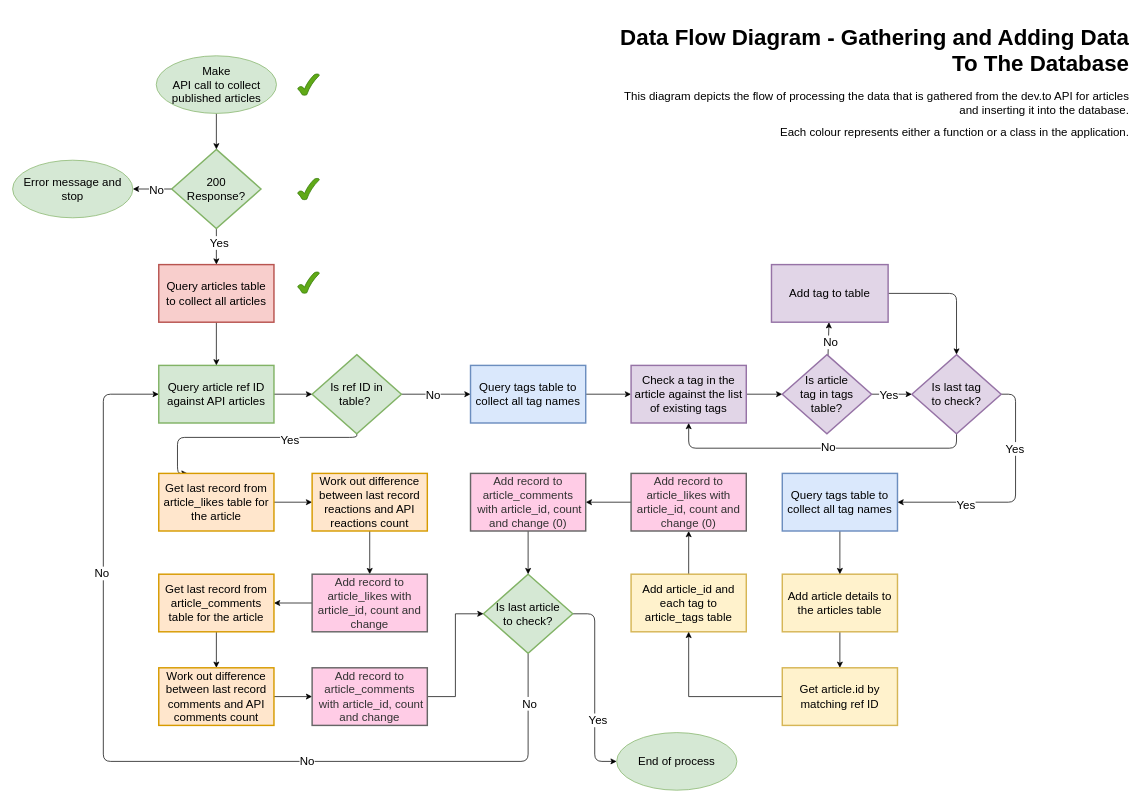
Above: development_docs/004-data-processing-flow.drawio in York13Pud/python-project-dev-to-stats (draw.io), before the change. Source tidied: cells renumbered, new cells numbered last; positions are measured from the earlier drawing's top-left corner, leaving out a move shared by most shapes. Both pictures are drawn from the tidied source at 72%, with x=0, y=0 at pixel (12, 19).
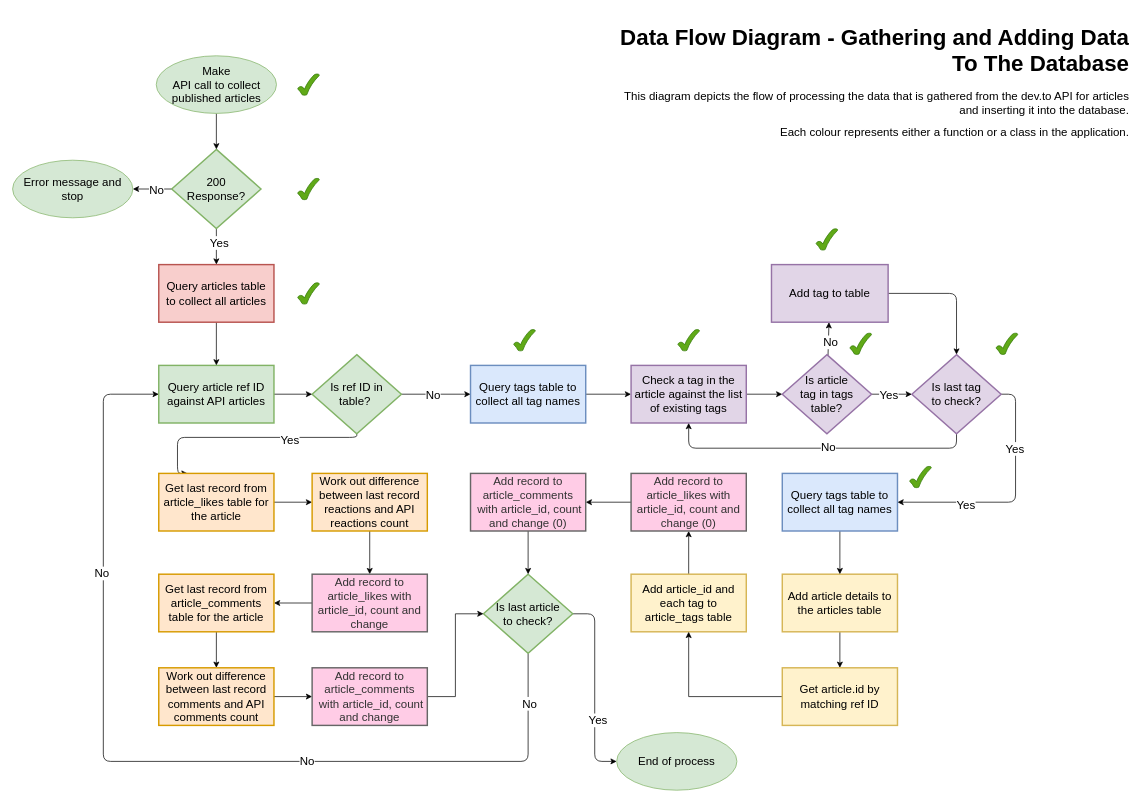
Above is the later version.

Change to the diagram source:
```diff
@@
     <mxCell id="71" style="verticalLabelPosition=bottom;verticalAlign=top;html=1;shape=mxgraph.basic.tick;fillColor=#60a917;strokeColor=#2D7600;fontColor=#ffffff;" parent="1" vertex="1">
-      <mxGeometry x="396" y="350" width="30" height="30" as="geometry" />
+      <mxGeometry x="396" y="365" width="30" height="30" as="geometry" />
     </mxCell>
+    <mxCell id="72" style="verticalLabelPosition=bottom;verticalAlign=top;html=1;shape=mxgraph.basic.tick;fillColor=#60a917;strokeColor=#2D7600;fontColor=#ffffff;" parent="1" vertex="1">
+      <mxGeometry x="696" y="430" width="30" height="30" as="geometry" />
+    </mxCell>
+    <mxCell id="73" style="verticalLabelPosition=bottom;verticalAlign=top;html=1;shape=mxgraph.basic.tick;fillColor=#60a917;strokeColor=#2D7600;fontColor=#ffffff;" parent="1" vertex="1">
+      <mxGeometry x="1246" y="620" width="30" height="30" as="geometry" />
+    </mxCell>
+    <mxCell id="74" style="verticalLabelPosition=bottom;verticalAlign=top;html=1;shape=mxgraph.basic.tick;fillColor=#60a917;strokeColor=#2D7600;fontColor=#ffffff;" parent="1" vertex="1">
+      <mxGeometry x="1116" y="290" width="30" height="30" as="geometry" />
+    </mxCell>
+    <mxCell id="75" style="verticalLabelPosition=bottom;verticalAlign=top;html=1;shape=mxgraph.basic.tick;fillColor=#60a917;strokeColor=#2D7600;fontColor=#ffffff;" parent="1" vertex="1">
+      <mxGeometry x="924" y="430" width="30" height="30" as="geometry" />
+    </mxCell>
+    <mxCell id="76" style="verticalLabelPosition=bottom;verticalAlign=top;html=1;shape=mxgraph.basic.tick;fillColor=#60a917;strokeColor=#2D7600;fontColor=#ffffff;" parent="1" vertex="1">
+      <mxGeometry x="1163" y="435" width="30" height="30" as="geometry" />
+    </mxCell>
+    <mxCell id="77" style="verticalLabelPosition=bottom;verticalAlign=top;html=1;shape=mxgraph.basic.tick;fillColor=#60a917;strokeColor=#2D7600;fontColor=#ffffff;" parent="1" vertex="1">
+      <mxGeometry x="1366" y="435" width="30" height="30" as="geometry" />
+    </mxCell>
```
